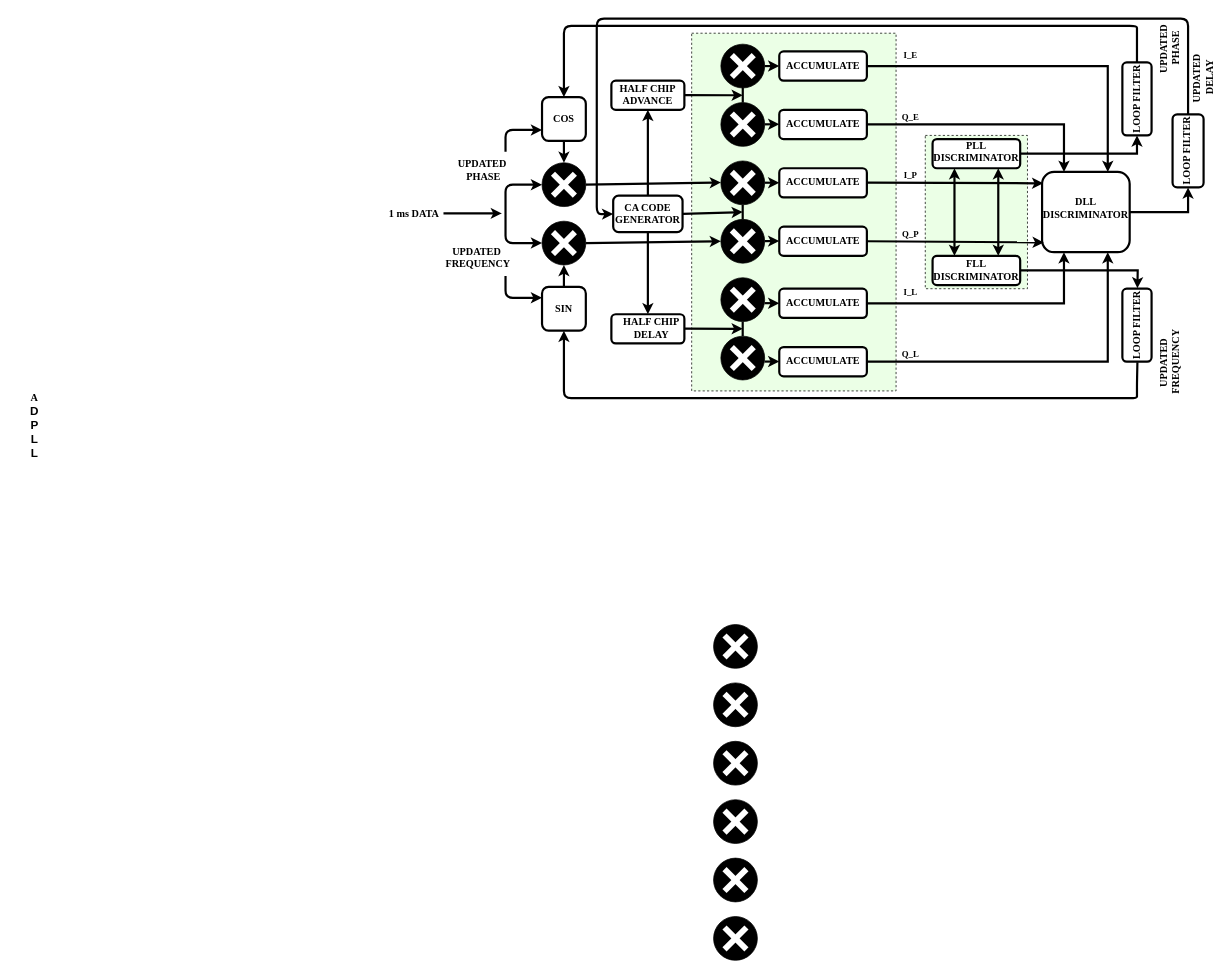
Earlier version of the draw.io diagram Tracking_System_Modified.drawio (Manikanta-IITB/MTP_RnD_Figures). Source tidied: cells renumbered, new cells numbered last; positions are measured from the earlier drawing's top-left corner, leaving out a move shared by most shapes. Both pictures are drawn from the tidied source at 73%, with x=0, y=0 at pixel (12, 18).
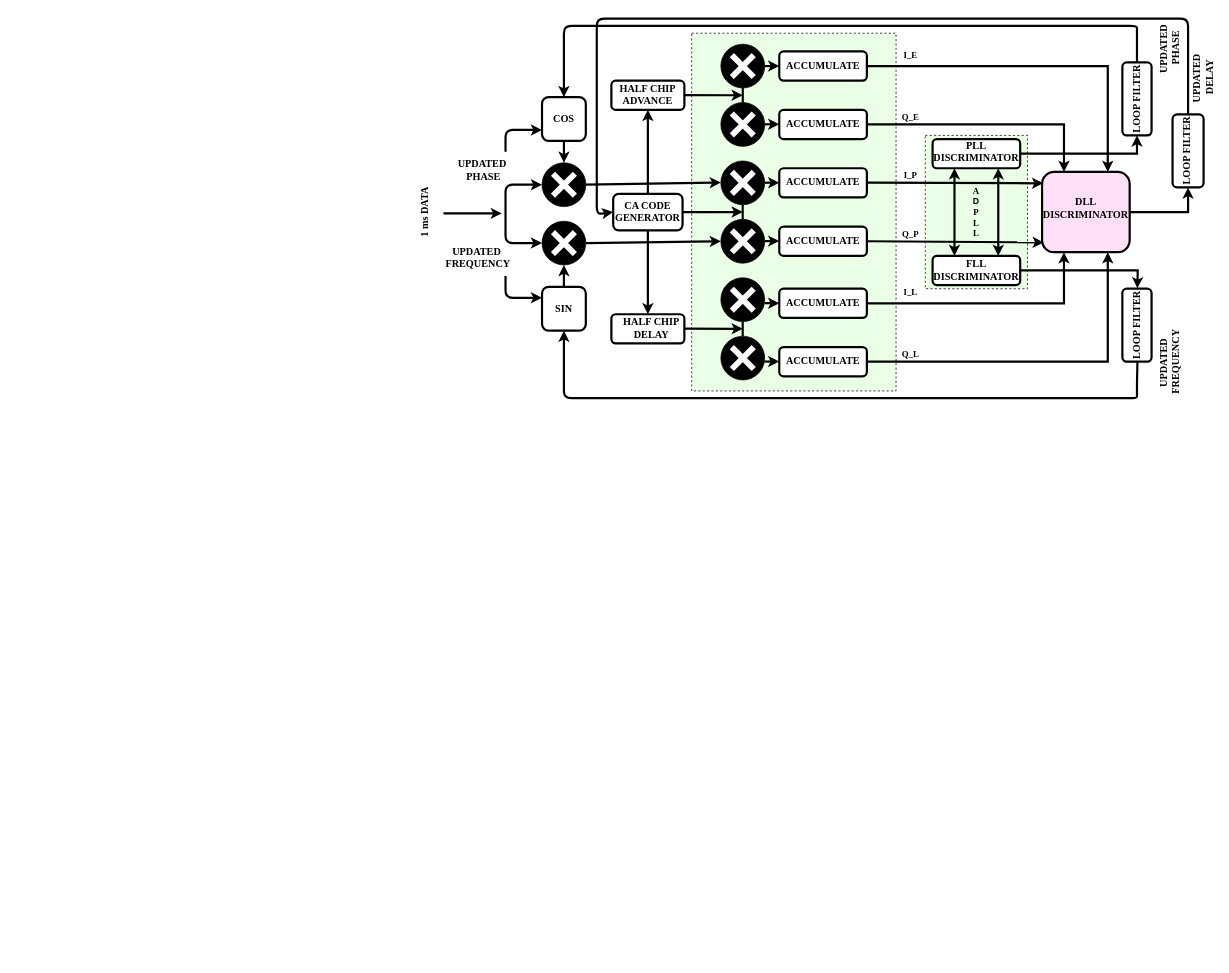
The same diagram, later.

Diff of the diagram source:
```diff
@@
     <mxCell id="5" style="rounded=1;whiteSpace=wrap;html=1;strokeWidth=3;" parent="1" vertex="1">
-      <mxGeometry x="822.5" y="242.5" width="95" height="50" as="geometry" />
+      <mxGeometry x="822.5" y="240" width="95" height="50" as="geometry" />
     </mxCell>
@@
-    <mxCell id="17" style="rounded=1;whiteSpace=wrap;html=1;strokeWidth=3;" parent="1" vertex="1">
+    <mxCell id="17" style="rounded=1;whiteSpace=wrap;html=1;strokeWidth=3;fillColor=#FFE0F7;" parent="1" vertex="1">
       <mxGeometry x="1410" y="210" width="120" height="110" as="geometry" />
     </mxCell>
@@
     <mxCell id="42" value="&lt;div&gt;&lt;b&gt;&lt;font style=&quot;font-size: 14px;&quot; face=&quot;Times New Roman&quot;&gt;CA CODE&lt;/font&gt;&lt;/b&gt;&lt;/div&gt;&lt;div&gt;&lt;b&gt;&lt;font style=&quot;font-size: 14px;&quot; face=&quot;Times New Roman&quot;&gt;GENERATOR&lt;/font&gt;&lt;font face=&quot;9OAc3o7K2-tYkBuDYFM8&quot;&gt;&lt;br&gt;&lt;/font&gt;&lt;/b&gt; &lt;/div&gt;" style="text;html=1;align=center;verticalAlign=middle;whiteSpace=wrap;rounded=0;" parent="1" vertex="1">
-      <mxGeometry x="825" y="250" width="90" height="35" as="geometry" />
+      <mxGeometry x="825" y="247.5" width="90" height="35" as="geometry" />
     </mxCell>
@@
-    <mxCell id="48" value="&lt;div&gt;&lt;b&gt;&lt;font style=&quot;font-size: 14px;&quot; face=&quot;Times New Roman&quot;&gt;A&lt;/font&gt;&lt;/b&gt;&lt;/div&gt;&lt;div&gt;&lt;b&gt;&lt;font size=&quot;3&quot; face=&quot;Fm1BIgV4w-0KeYZKZ_WM&quot;&gt;D&lt;/font&gt;&lt;/b&gt;&lt;/div&gt;&lt;div&gt;&lt;b&gt;&lt;font size=&quot;3&quot; face=&quot;Fm1BIgV4w-0KeYZKZ_WM&quot;&gt;P&lt;/font&gt;&lt;/b&gt;&lt;/div&gt;&lt;div&gt;&lt;b&gt;&lt;font size=&quot;3&quot; face=&quot;Fm1BIgV4w-0KeYZKZ_WM&quot;&gt;L&lt;/font&gt;&lt;/b&gt;&lt;/div&gt;&lt;div&gt;&lt;b&gt;&lt;font face=&quot;Fm1BIgV4w-0KeYZKZ_WM&quot;&gt;&lt;font size=&quot;3&quot;&gt;L&lt;/font&gt;&lt;br&gt;&lt;/font&gt;&lt;/b&gt;&lt;/div&gt;" style="text;html=1;align=center;verticalAlign=middle;whiteSpace=wrap;rounded=0;" parent="1" vertex="1">
-      <mxGeometry y="510" width="60" height="95" as="geometry" />
-    </mxCell>
@@
-    <mxCell id="55" value="&lt;font style=&quot;font-size: 14px;&quot; face=&quot;Times New Roman&quot;&gt;&lt;b&gt;1 ms DATA&lt;/b&gt;&lt;/font&gt;" style="text;html=1;align=center;verticalAlign=middle;whiteSpace=wrap;rounded=0;" parent="1" vertex="1">
-      <mxGeometry x="510" y="252.5" width="80" height="30" as="geometry" />
+    <mxCell id="55" value="&lt;font style=&quot;font-size: 14px;&quot; face=&quot;Times New Roman&quot;&gt;&lt;b&gt;1 ms DATA&lt;/b&gt;&lt;/font&gt;" style="text;html=1;align=center;verticalAlign=middle;whiteSpace=wrap;rounded=0;rotation=-90;" parent="1" vertex="1">
+      <mxGeometry x="525" y="250" width="80" height="30" as="geometry" />
     </mxCell>
-    <mxCell id="56" style="ellipse;whiteSpace=wrap;html=1;fillColor=#000000;" parent="1" vertex="1">
-      <mxGeometry x="960" y="910" width="60" height="60" as="geometry" />
-    </mxCell>
-    <mxCell id="57" style="endArrow=none;html=1;rounded=0;strokeColor=#FFFFFF;strokeWidth=8;" parent="1" edge="1">
-      <mxGeometry relative="1" as="geometry">
-        <mxPoint x="975" y="925" as="sourcePoint" />
-        <mxPoint x="1005" y="955" as="targetPoint" />
-      </mxGeometry>
-    </mxCell>
-    <mxCell id="58" style="endArrow=none;html=1;rounded=0;strokeColor=#FFFFFF;strokeWidth=8;" parent="1" edge="1">
-      <mxGeometry relative="1" as="geometry">
-        <mxPoint x="975" y="955" as="sourcePoint" />
-        <mxPoint x="1005" y="925" as="targetPoint" />
-      </mxGeometry>
-    </mxCell>
-    <mxCell id="59" style="ellipse;whiteSpace=wrap;html=1;fillColor=#000000;" parent="1" vertex="1">
-      <mxGeometry x="960" y="830" width="60" height="60" as="geometry" />
-    </mxCell>
-    <mxCell id="60" style="endArrow=none;html=1;rounded=0;strokeColor=#FFFFFF;strokeWidth=8;" parent="1" edge="1">
-      <mxGeometry relative="1" as="geometry">
-        <mxPoint x="975" y="845" as="sourcePoint" />
-        <mxPoint x="1005" y="875" as="targetPoint" />
-      </mxGeometry>
-    </mxCell>
-    <mxCell id="61" style="endArrow=none;html=1;rounded=0;strokeColor=#FFFFFF;strokeWidth=8;" parent="1" edge="1">
-      <mxGeometry relative="1" as="geometry">
-        <mxPoint x="975" y="875" as="sourcePoint" />
-        <mxPoint x="1005" y="845" as="targetPoint" />
-      </mxGeometry>
-    </mxCell>
-    <mxCell id="62" style="ellipse;whiteSpace=wrap;html=1;fillColor=#000000;" parent="1" vertex="1">
-      <mxGeometry x="960" y="1070" width="60" height="60" as="geometry" />
-    </mxCell>
-    <mxCell id="63" style="endArrow=none;html=1;rounded=0;strokeColor=#FFFFFF;strokeWidth=8;" parent="1" edge="1">
-      <mxGeometry relative="1" as="geometry">
-        <mxPoint x="975" y="1085" as="sourcePoint" />
-        <mxPoint x="1005" y="1115" as="targetPoint" />
-      </mxGeometry>
-    </mxCell>
-    <mxCell id="64" style="endArrow=none;html=1;rounded=0;strokeColor=#FFFFFF;strokeWidth=8;" parent="1" edge="1">
-      <mxGeometry relative="1" as="geometry">
-        <mxPoint x="975" y="1115" as="sourcePoint" />
-        <mxPoint x="1005" y="1085" as="targetPoint" />
-      </mxGeometry>
-    </mxCell>
-    <mxCell id="65" style="ellipse;whiteSpace=wrap;html=1;fillColor=#000000;" parent="1" vertex="1">
-      <mxGeometry x="960" y="990" width="60" height="60" as="geometry" />
-    </mxCell>
-    <mxCell id="66" style="endArrow=none;html=1;rounded=0;strokeColor=#FFFFFF;strokeWidth=8;" parent="1" edge="1">
-      <mxGeometry relative="1" as="geometry">
-        <mxPoint x="975" y="1005" as="sourcePoint" />
-        <mxPoint x="1005" y="1035" as="targetPoint" />
-      </mxGeometry>
-    </mxCell>
-    <mxCell id="67" style="endArrow=none;html=1;rounded=0;strokeColor=#FFFFFF;strokeWidth=8;" parent="1" edge="1">
-      <mxGeometry relative="1" as="geometry">
-        <mxPoint x="975" y="1035" as="sourcePoint" />
-        <mxPoint x="1005" y="1005" as="targetPoint" />
-      </mxGeometry>
-    </mxCell>
-    <mxCell id="68" style="ellipse;whiteSpace=wrap;html=1;fillColor=#000000;" parent="1" vertex="1">
-      <mxGeometry x="960" y="1230" width="60" height="60" as="geometry" />
-    </mxCell>
-    <mxCell id="69" style="endArrow=none;html=1;rounded=0;strokeColor=#FFFFFF;strokeWidth=8;" parent="1" edge="1">
-      <mxGeometry relative="1" as="geometry">
-        <mxPoint x="975" y="1245" as="sourcePoint" />
-        <mxPoint x="1005" y="1275" as="targetPoint" />
-      </mxGeometry>
-    </mxCell>
-    <mxCell id="70" style="endArrow=none;html=1;rounded=0;strokeColor=#FFFFFF;strokeWidth=8;" parent="1" edge="1">
-      <mxGeometry relative="1" as="geometry">
-        <mxPoint x="975" y="1275" as="sourcePoint" />
-        <mxPoint x="1005" y="1245" as="targetPoint" />
-      </mxGeometry>
-    </mxCell>
-    <mxCell id="71" style="ellipse;whiteSpace=wrap;html=1;fillColor=#000000;" parent="1" vertex="1">
-      <mxGeometry x="960" y="1150" width="60" height="60" as="geometry" />
-    </mxCell>
-    <mxCell id="72" style="endArrow=none;html=1;rounded=0;strokeColor=#FFFFFF;strokeWidth=8;" parent="1" edge="1">
-      <mxGeometry relative="1" as="geometry">
-        <mxPoint x="975" y="1165" as="sourcePoint" />
-        <mxPoint x="1005" y="1195" as="targetPoint" />
-      </mxGeometry>
-    </mxCell>
-    <mxCell id="73" style="endArrow=none;html=1;rounded=0;strokeColor=#FFFFFF;strokeWidth=8;" parent="1" edge="1">
-      <mxGeometry relative="1" as="geometry">
-        <mxPoint x="975" y="1195" as="sourcePoint" />
-        <mxPoint x="1005" y="1165" as="targetPoint" />
-      </mxGeometry>
-    </mxCell>
@@
+    <mxCell id="48" value="&lt;font face=&quot;Times New Roman&quot; style=&quot;font-size: 12px;&quot;&gt;&lt;b style=&quot;&quot;&gt;A&lt;/b&gt;&lt;/font&gt;&lt;div&gt;&lt;font face=&quot;guI6MOh6rs-SeU2c8WZl&quot; style=&quot;font-size: 12px;&quot;&gt;&lt;b style=&quot;&quot;&gt;D&lt;/b&gt;&lt;/font&gt;&lt;/div&gt;&lt;div&gt;&lt;font style=&quot;font-size: 12px;&quot; face=&quot;Times New Roman&quot;&gt;&lt;b style=&quot;&quot;&gt;P&lt;/b&gt;&lt;/font&gt;&lt;/div&gt;&lt;div&gt;&lt;font style=&quot;font-size: 12px;&quot; face=&quot;Times New Roman&quot;&gt;&lt;b style=&quot;&quot;&gt;L&lt;/b&gt;&lt;/font&gt;&lt;/div&gt;&lt;div&gt;&lt;font style=&quot;font-size: 12px;&quot; face=&quot;Times New Roman&quot;&gt;&lt;b style=&quot;&quot;&gt;L&lt;/b&gt;&lt;/font&gt;&lt;/div&gt;" style="text;html=1;align=center;verticalAlign=middle;whiteSpace=wrap;rounded=0;" parent="1" vertex="1">
+      <mxGeometry x="1310" y="230" width="20" height="70" as="geometry" />
+    </mxCell>
```
